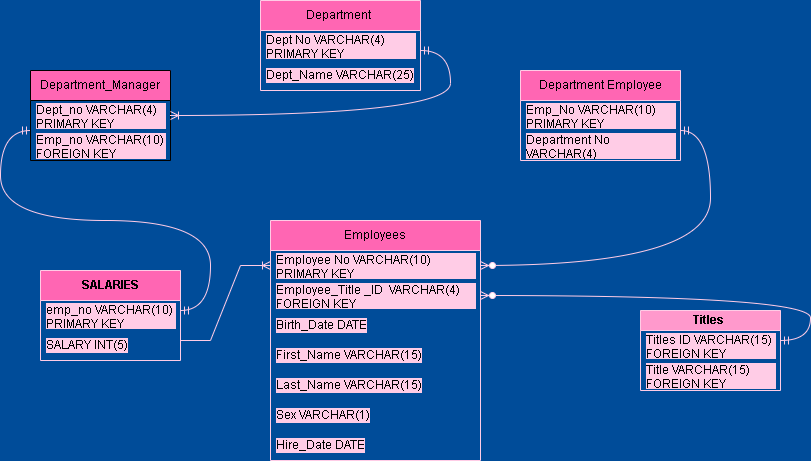
gv-priya/SQL-challenge keeps this draw.io diagram as Untitled Diagram.drawio.png. Above is the earlier version. Source tidied: cells renumbered, new cells last; positions are measured from the earlier drawing's top-left corner, leaving out a move shared by most shapes. Source of this version:
```xml
<mxGraphModel background="#004C99">
  <root>
    <mxCell id="0" />
    <mxCell id="1" parent="0" />
    <mxCell id="2" value="Department_Manager" style="swimlane;fontStyle=0;horizontal=1;startSize=30;whiteSpace=wrap;html=1;fillColor=#FF66B3;" parent="1" vertex="1">
      <mxGeometry y="70" width="140" height="90" as="geometry" />
    </mxCell>
    <mxCell id="3" value="Dept_no VARCHAR(4) PRIMARY KEY" style="text;strokeColor=none;fillColor=none;align=left;verticalAlign=middle;spacingLeft=4;spacingRight=4;overflow=hidden;points=[[0,0.5],[1,0.5]];portConstraint=eastwest;whiteSpace=wrap;html=1;labelBackgroundColor=#FFCCE6;" parent="2" vertex="1">
      <mxGeometry y="30" width="140" height="30" as="geometry" />
    </mxCell>
    <mxCell id="4" value="Emp_no VARCHAR(10) FOREIGN KEY" style="text;strokeColor=none;fillColor=none;align=left;verticalAlign=middle;spacingLeft=4;spacingRight=4;overflow=hidden;whiteSpace=wrap;html=1;labelBackgroundColor=#FFCCE6;" parent="2" vertex="1">
      <mxGeometry y="60" width="140" height="30" as="geometry" />
    </mxCell>
    <mxCell id="5" value="Department&amp;nbsp;" style="swimlane;fontStyle=0;horizontal=1;startSize=30;whiteSpace=wrap;html=1;fillColor=#FF66B3;strokeColor=#FFCCE6;" parent="1" vertex="1">
      <mxGeometry x="230" width="160" height="90" as="geometry" />
    </mxCell>
    <mxCell id="6" value="Dept No VARCHAR(4) PRIMARY KEY" style="text;strokeColor=none;fillColor=none;align=left;verticalAlign=middle;spacingLeft=4;spacingRight=4;overflow=hidden;whiteSpace=wrap;html=1;labelBackgroundColor=#FFCCE6;" parent="5" vertex="1">
      <mxGeometry y="30" width="160" height="30" as="geometry" />
    </mxCell>
    <mxCell id="7" value="Dept_Name VARCHAR(25)" style="text;strokeColor=none;fillColor=none;align=left;verticalAlign=middle;spacingLeft=4;spacingRight=4;overflow=hidden;whiteSpace=wrap;html=1;labelBackgroundColor=#FFCCE6;" parent="5" vertex="1">
      <mxGeometry y="60" width="160" height="30" as="geometry" />
    </mxCell>
    <mxCell id="8" value="Department Employee" style="swimlane;fontStyle=0;horizontal=1;startSize=30;whiteSpace=wrap;html=1;fillColor=#FF66B3;strokeColor=#FFCCE6;" parent="1" vertex="1">
      <mxGeometry x="490" y="70" width="160" height="90" as="geometry" />
    </mxCell>
    <mxCell id="9" value="Emp_No VARCHAR(10) PRIMARY KEY" style="text;strokeColor=none;fillColor=none;align=left;verticalAlign=middle;spacingLeft=4;spacingRight=4;overflow=hidden;whiteSpace=wrap;html=1;labelBackgroundColor=#FFCCE6;" parent="8" vertex="1">
      <mxGeometry y="30" width="160" height="30" as="geometry" />
    </mxCell>
    <mxCell id="10" value="Department No VARCHAR(4)" style="text;strokeColor=none;fillColor=none;align=left;verticalAlign=middle;spacingLeft=4;spacingRight=4;overflow=hidden;whiteSpace=wrap;html=1;labelBackgroundColor=#FFCCE6;" parent="8" vertex="1">
      <mxGeometry y="60" width="160" height="30" as="geometry" />
    </mxCell>
    <mxCell id="11" value="Employees" style="swimlane;fontStyle=0;horizontal=1;startSize=30;whiteSpace=wrap;html=1;fillColor=#FF66B3;strokeColor=#FFCCE6;" parent="1" vertex="1">
      <mxGeometry x="240" y="220" width="210" height="240" as="geometry" />
    </mxCell>
    <mxCell id="12" value="Employee No VARCHAR(10)&amp;nbsp; PRIMARY KEY" style="text;strokeColor=none;fillColor=none;align=left;verticalAlign=middle;spacingLeft=4;spacingRight=4;overflow=hidden;points=[[0,0.5],[1,0.5]];portConstraint=eastwest;whiteSpace=wrap;html=1;labelBackgroundColor=#FFCCE6;" parent="11" vertex="1">
      <mxGeometry y="30" width="210" height="30" as="geometry" />
    </mxCell>
    <mxCell id="13" value="Employee_Title _ID&amp;nbsp; VARCHAR(4) FOREIGN KEY" style="text;strokeColor=none;fillColor=none;align=left;verticalAlign=middle;spacingLeft=4;spacingRight=4;overflow=hidden;points=[[0,0.5],[1,0.5]];portConstraint=eastwest;whiteSpace=wrap;html=1;labelBackgroundColor=#FFCCE6;" parent="11" vertex="1">
      <mxGeometry y="60" width="210" height="30" as="geometry" />
    </mxCell>
    <mxCell id="14" value="Birth_Date DATE" style="text;strokeColor=none;fillColor=none;align=left;verticalAlign=middle;spacingLeft=4;spacingRight=4;overflow=hidden;whiteSpace=wrap;html=1;labelBackgroundColor=#FFCCE6;" parent="11" vertex="1">
      <mxGeometry y="90" width="210" height="30" as="geometry" />
    </mxCell>
    <mxCell id="15" value="First_Name VARCHAR(15)" style="text;strokeColor=none;fillColor=none;align=left;verticalAlign=middle;spacingLeft=4;spacingRight=4;overflow=hidden;whiteSpace=wrap;html=1;labelBackgroundColor=#FFCCE6;" parent="11" vertex="1">
      <mxGeometry y="120" width="210" height="30" as="geometry" />
    </mxCell>
    <mxCell id="16" value="Last_Name VARCHAR(15)" style="text;strokeColor=none;fillColor=none;align=left;verticalAlign=middle;spacingLeft=4;spacingRight=4;overflow=hidden;whiteSpace=wrap;html=1;labelBackgroundColor=#FFCCE6;" parent="11" vertex="1">
      <mxGeometry y="150" width="210" height="30" as="geometry" />
    </mxCell>
    <mxCell id="17" value="Sex VARCHAR(1)" style="text;strokeColor=none;fillColor=none;align=left;verticalAlign=middle;spacingLeft=4;spacingRight=4;overflow=hidden;whiteSpace=wrap;html=1;labelBackgroundColor=#FFCCE6;" parent="11" vertex="1">
      <mxGeometry y="180" width="210" height="30" as="geometry" />
    </mxCell>
    <mxCell id="18" value="Hire_Date DATE" style="text;strokeColor=none;fillColor=none;align=left;verticalAlign=middle;spacingLeft=4;spacingRight=4;overflow=hidden;whiteSpace=wrap;html=1;labelBackgroundColor=#FFCCE6;" parent="11" vertex="1">
      <mxGeometry y="210" width="210" height="30" as="geometry" />
    </mxCell>
    <mxCell id="19" value="Titles " style="swimlane;horizontal=1;startSize=20;whiteSpace=wrap;html=1;direction=east;fillColor=#FF99CC;strokeColor=#FFCCE6;" parent="1" vertex="1">
      <mxGeometry x="610" y="310" width="140" height="80" as="geometry" />
    </mxCell>
    <mxCell id="20" value="Titles ID VARCHAR(15) FOREIGN KEY" style="text;strokeColor=none;fillColor=none;align=left;verticalAlign=middle;spacingLeft=4;spacingRight=4;overflow=hidden;whiteSpace=wrap;html=1;labelBackgroundColor=#FFCCE6;" parent="19" vertex="1">
      <mxGeometry y="20" width="140" height="30" as="geometry" />
    </mxCell>
    <mxCell id="21" value="Title VARCHAR(15) FOREIGN KEY" style="text;strokeColor=none;fillColor=none;align=left;verticalAlign=middle;spacingLeft=4;spacingRight=4;overflow=hidden;whiteSpace=wrap;html=1;labelBackgroundColor=#FFCCE6;" parent="19" vertex="1">
      <mxGeometry y="50" width="140" height="30" as="geometry" />
    </mxCell>
    <mxCell id="22" value="SALARIES" style="swimlane;horizontal=1;startSize=30;whiteSpace=wrap;html=1;fillColor=#FF66B3;strokeColor=#FFCCE6;" parent="1" vertex="1">
      <mxGeometry x="10" y="270" width="140" height="90" as="geometry" />
    </mxCell>
    <mxCell id="23" value="emp_no VARCHAR(10) PRIMARY KEY" style="text;strokeColor=none;fillColor=none;align=left;verticalAlign=middle;spacingLeft=4;spacingRight=4;overflow=hidden;whiteSpace=wrap;html=1;labelBackgroundColor=#FFCCE6;" parent="22" vertex="1">
      <mxGeometry y="30" width="140" height="30" as="geometry" />
    </mxCell>
    <mxCell id="24" value="SALARY INT(5)" style="text;strokeColor=none;fillColor=none;align=left;verticalAlign=middle;spacingLeft=4;spacingRight=4;overflow=hidden;whiteSpace=wrap;html=1;labelBackgroundColor=#FFCCE6;" parent="22" vertex="1">
      <mxGeometry y="60" width="140" height="30" as="geometry" />
    </mxCell>
    <mxCell id="25" style="edgeStyle=entityRelationEdgeStyle;fontSize=12;html=1;endArrow=ERoneToMany;rounded=0;entryX=0;entryY=0.5;entryDx=0;entryDy=0;strokeColor=#FFCCE6;" parent="1" edge="1" target="12">
      <mxGeometry relative="1" as="geometry">
        <mxPoint x="150" y="340" as="sourcePoint" />
        <Array as="points">
          <mxPoint x="470" y="340" />
          <mxPoint x="240" y="210" />
          <mxPoint x="230" y="210" />
        </Array>
      </mxGeometry>
    </mxCell>
    <mxCell id="26" style="edgeStyle=entityRelationEdgeStyle;fontSize=12;html=1;endArrow=ERmandOne;startArrow=ERmandOne;rounded=0;curved=1;strokeColor=#FFCCE6;" parent="1" edge="1">
      <mxGeometry relative="1" as="geometry">
        <mxPoint x="150" y="310" as="sourcePoint" />
        <mxPoint y="130" as="targetPoint" />
      </mxGeometry>
    </mxCell>
    <mxCell id="27" style="edgeStyle=entityRelationEdgeStyle;fontSize=12;html=1;endArrow=ERoneToMany;startArrow=ERmandOne;rounded=0;curved=1;strokeColor=#FFCCE6;" parent="1" edge="1" target="3">
      <mxGeometry relative="1" as="geometry">
        <mxPoint x="390" y="50" as="sourcePoint" />
      </mxGeometry>
    </mxCell>
    <mxCell id="28" style="edgeStyle=entityRelationEdgeStyle;fontSize=12;html=1;endArrow=ERzeroToMany;startArrow=ERmandOne;rounded=0;curved=1;strokeColor=#FFCCE6;" parent="1" edge="1" target="12">
      <mxGeometry relative="1" as="geometry">
        <mxPoint x="650" y="130" as="sourcePoint" />
        <Array as="points">
          <mxPoint x="210" y="290" />
          <mxPoint x="200" y="290" />
        </Array>
      </mxGeometry>
    </mxCell>
    <mxCell id="29" style="edgeStyle=entityRelationEdgeStyle;fontSize=12;html=1;endArrow=ERzeroToMany;startArrow=ERmandOne;rounded=0;curved=1;strokeColor=#FFCCE6;" parent="1" edge="1" target="13">
      <mxGeometry relative="1" as="geometry">
        <mxPoint x="750" y="340" as="sourcePoint" />
        <Array as="points">
          <mxPoint x="770" y="490" />
          <mxPoint x="680" y="470" />
          <mxPoint x="620" y="390" />
          <mxPoint x="630" y="250" />
        </Array>
      </mxGeometry>
    </mxCell>
  </root>
</mxGraphModel>
```
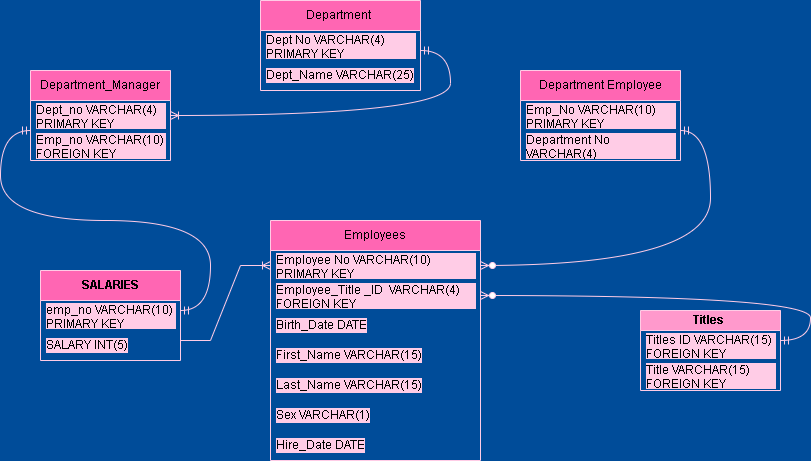
The same diagram one commit later.

Change to the diagram source:
```diff
@@ -2,7 +2,7 @@
   <root>
     <mxCell id="0" />
     <mxCell id="1" parent="0" />
-    <mxCell id="2" value="Department_Manager" style="swimlane;fontStyle=0;horizontal=1;startSize=30;whiteSpace=wrap;html=1;fillColor=#FF66B3;" parent="1" vertex="1">
+    <mxCell id="2" value="Department_Manager" style="swimlane;fontStyle=0;horizontal=1;startSize=30;whiteSpace=wrap;html=1;fillColor=#FF66B3;strokeColor=#FFCCE6;" parent="1" vertex="1">
       <mxGeometry y="70" width="140" height="90" as="geometry" />
     </mxCell>
     <mxCell id="3" value="Dept_no VARCHAR(4) PRIMARY KEY" style="text;strokeColor=none;fillColor=none;align=left;verticalAlign=middle;spacingLeft=4;spacingRight=4;overflow=hidden;points=[[0,0.5],[1,0.5]];portConstraint=eastwest;whiteSpace=wrap;html=1;labelBackgroundColor=#FFCCE6;" parent="2" vertex="1">
```
